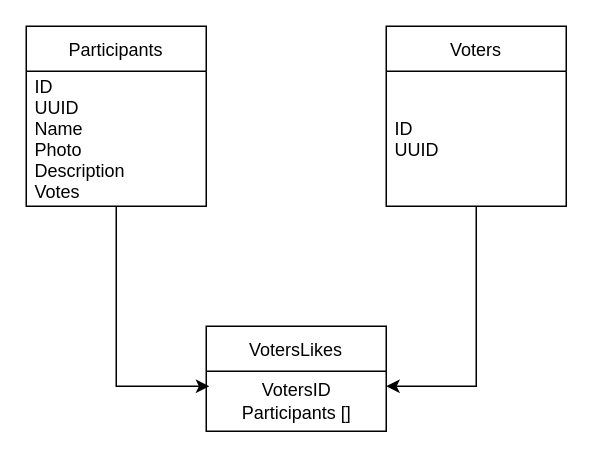
Before: sql/Untitled Diagram.drawio in AlexanderTurok/beaty-telegram-bot, a draw.io diagram. Source tidied: cells renumbered, new cells numbered last; positions are measured from the earlier drawing's top-left corner, leaving out a move shared by most shapes. Both pictures are drawn from the tidied source at 150%, with x=0, y=0 at pixel (26, 26).
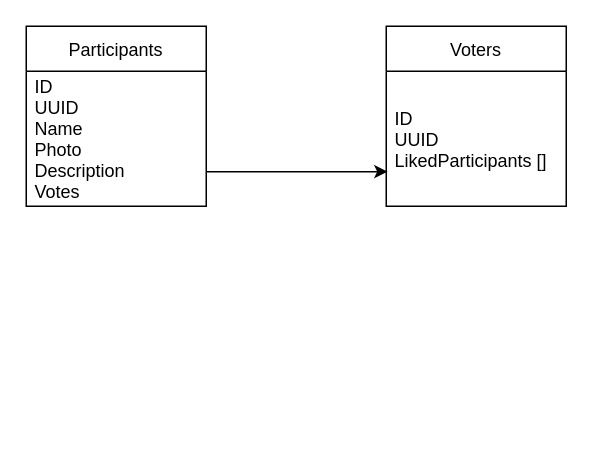
Above is the later version.

Change to the diagram source:
```diff
@@
 <mxGraphModel>
   <root>
     <mxCell id="0" />
     <mxCell id="1" parent="0" />
     <mxCell id="2" value="Participants" style="swimlane;fontStyle=0;horizontal=1;startSize=30;" parent="1" vertex="1">
       <mxGeometry width="120" height="120" as="geometry" />
     </mxCell>
     <mxCell id="3" value="ID&#10;UUID&#10;Name&#10;Photo&#10;Description&#10;Votes" style="text;strokeColor=none;fillColor=none;align=left;verticalAlign=middle;spacingLeft=4;spacingRight=4;overflow=hidden;points=[[0,0.5],[1,0.5]];portConstraint=eastwest;" parent="2" vertex="1">
       <mxGeometry y="30" width="120" height="90" as="geometry" />
     </mxCell>
     <mxCell id="4" value="Voters" style="swimlane;fontStyle=0;horizontal=1;startSize=30;" parent="1" vertex="1">
       <mxGeometry x="240" width="120" height="120" as="geometry" />
     </mxCell>
-    <mxCell id="5" value="ID&#10;UUID" style="text;strokeColor=none;fillColor=none;align=left;verticalAlign=middle;spacingLeft=4;spacingRight=4;overflow=hidden;points=[[0,0.5],[1,0.5]];portConstraint=eastwest;" parent="4" vertex="1">
+    <mxCell id="5" value="ID&#10;UUID&#10;LikedParticipants []" style="text;strokeColor=none;fillColor=none;align=left;verticalAlign=middle;spacingLeft=4;spacingRight=4;overflow=hidden;points=[[0,0.5],[1,0.5]];portConstraint=eastwest;" parent="4" vertex="1">
       <mxGeometry y="30" width="120" height="90" as="geometry" />
     </mxCell>
-    <mxCell id="6" value="VotersLikes" style="swimlane;fontStyle=0;horizontal=1;startSize=30;" parent="1" vertex="1">
-      <mxGeometry x="120" y="200" width="120" height="70" as="geometry" />
-    </mxCell>
-    <mxCell id="7" value="VotersID&lt;br&gt;Participants []" style="text;html=1;align=center;verticalAlign=middle;points=[];strokeColor=none;fillColor=none;" parent="6" vertex="1">
-      <mxGeometry y="30" width="120" height="40" as="geometry" />
-    </mxCell>
-    <mxCell id="8" style="edgeStyle=orthogonalEdgeStyle;rounded=0;jettySize=auto;html=1;" parent="1" edge="1" source="5">
-      <mxGeometry relative="1" as="geometry">
-        <mxPoint x="240" y="240" as="targetPoint" />
-        <Array as="points">
-          <mxPoint x="300" y="240" />
-        </Array>
-      </mxGeometry>
-    </mxCell>
-    <mxCell id="9" style="edgeStyle=orthogonalEdgeStyle;rounded=0;jettySize=auto;html=1;entryX=0.017;entryY=0.25;entryDx=0;entryDy=0;entryPerimeter=0;" parent="1" edge="1" source="3" target="7">
+    <mxCell id="9" style="edgeStyle=orthogonalEdgeStyle;rounded=0;jettySize=auto;html=1;entryX=0.008;entryY=0.744;entryDx=0;entryDy=0;entryPerimeter=0;" parent="1" edge="1" target="5">
       <mxGeometry relative="1" as="geometry">
+        <mxPoint x="120" y="97" as="sourcePoint" />
         <Array as="points">
-          <mxPoint x="60" y="240" />
+          <mxPoint x="122" y="97" />
         </Array>
       </mxGeometry>
     </mxCell>
   </root>
 </mxGraphModel>
```
